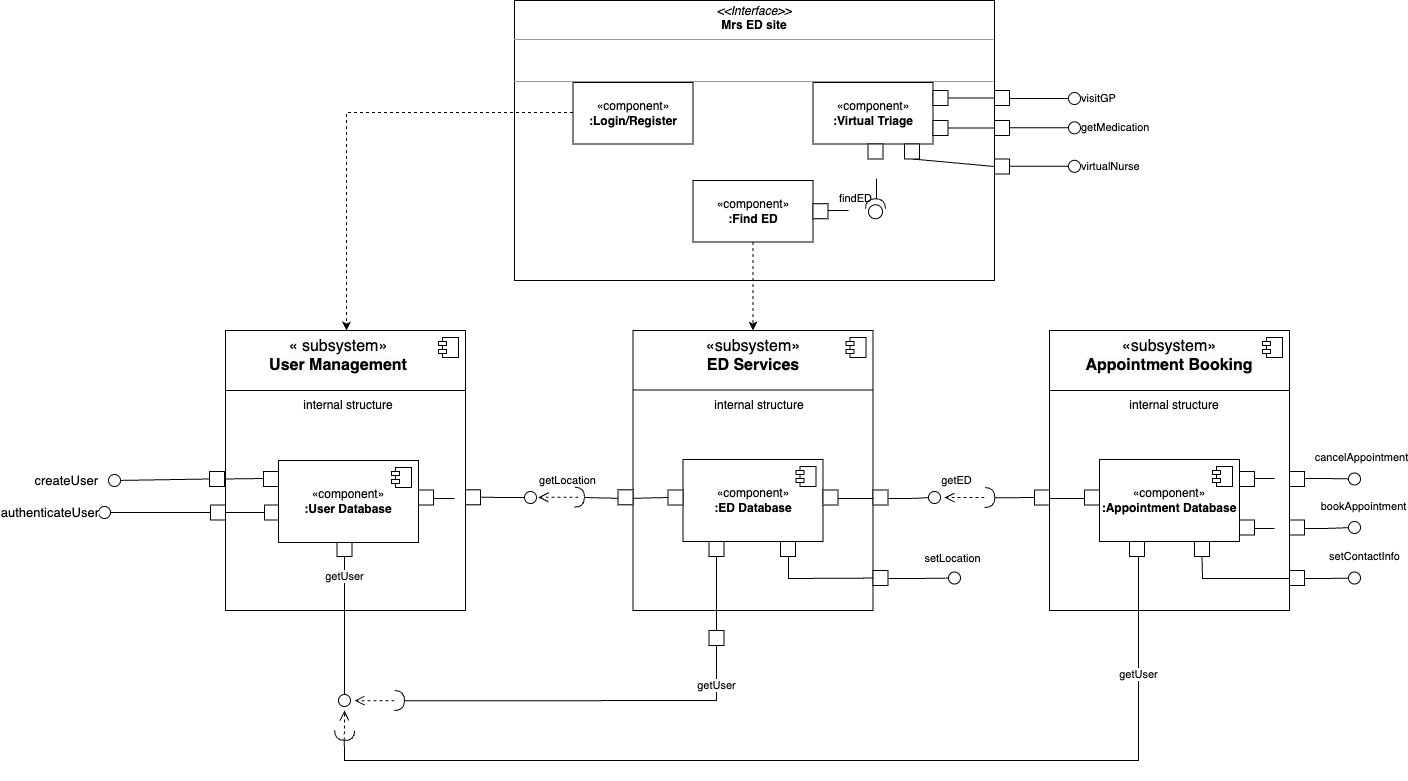
uvic-teach/project-m1-team6 keeps this draw.io diagram as diagrams/Component_Diagram.drawio.png. Above is the earlier version. Source tidied: cells renumbered, new cells last; positions are measured from the earlier drawing's top-left corner, leaving out a move shared by most shapes.
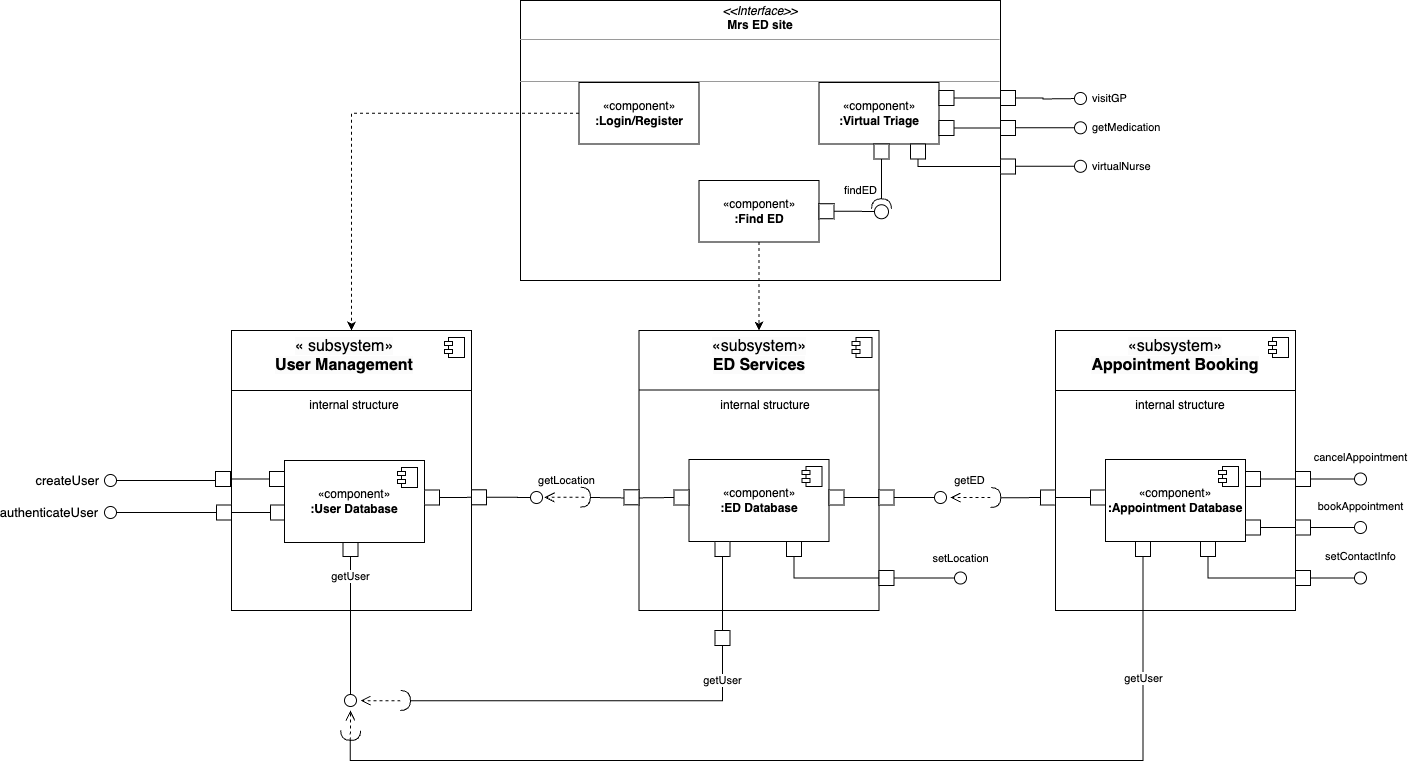
The same file after the commit.

Change to the diagram source:
```diff
@@ -1,4 +1,4 @@
-<mxGraphModel>
+<mxGraphModel background="#ffffff">
   <root>
     <mxCell id="0" />
     <mxCell id="1" parent="0" />
```
